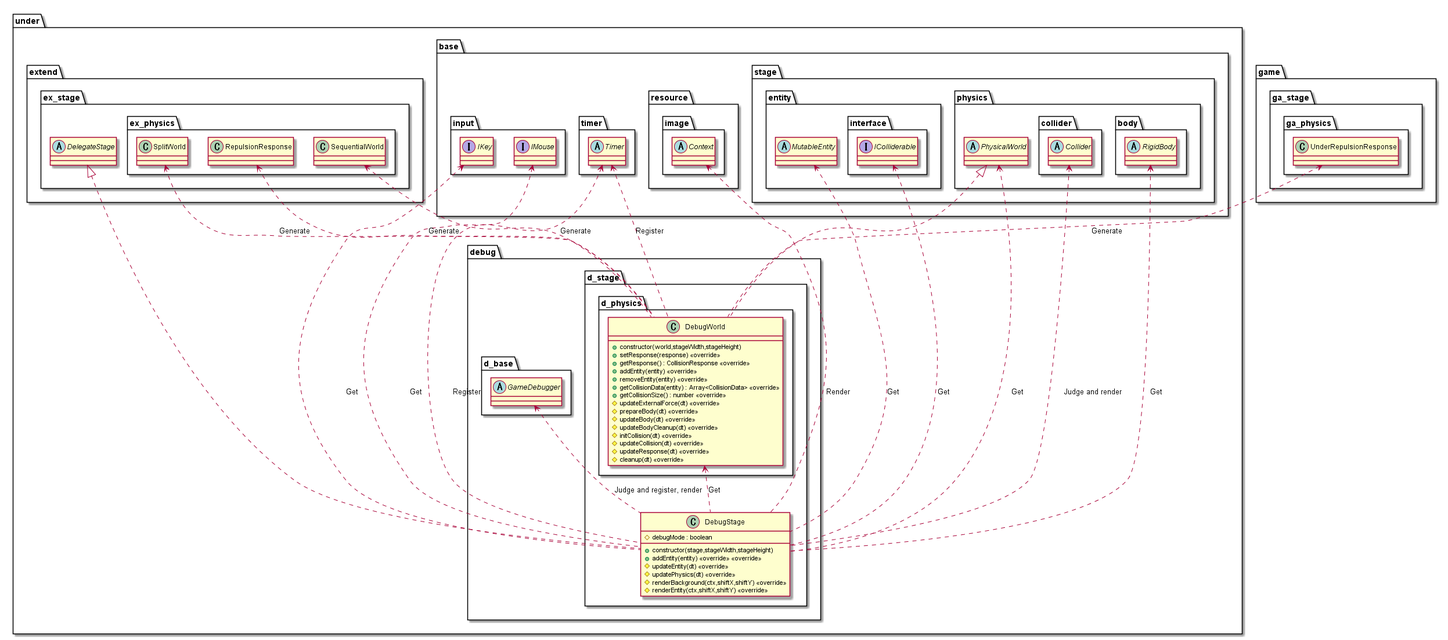
Expine/Under keeps this PlantUML diagram as out/uml/debug/Stage/DebugStage.png. Above is the earlier version.
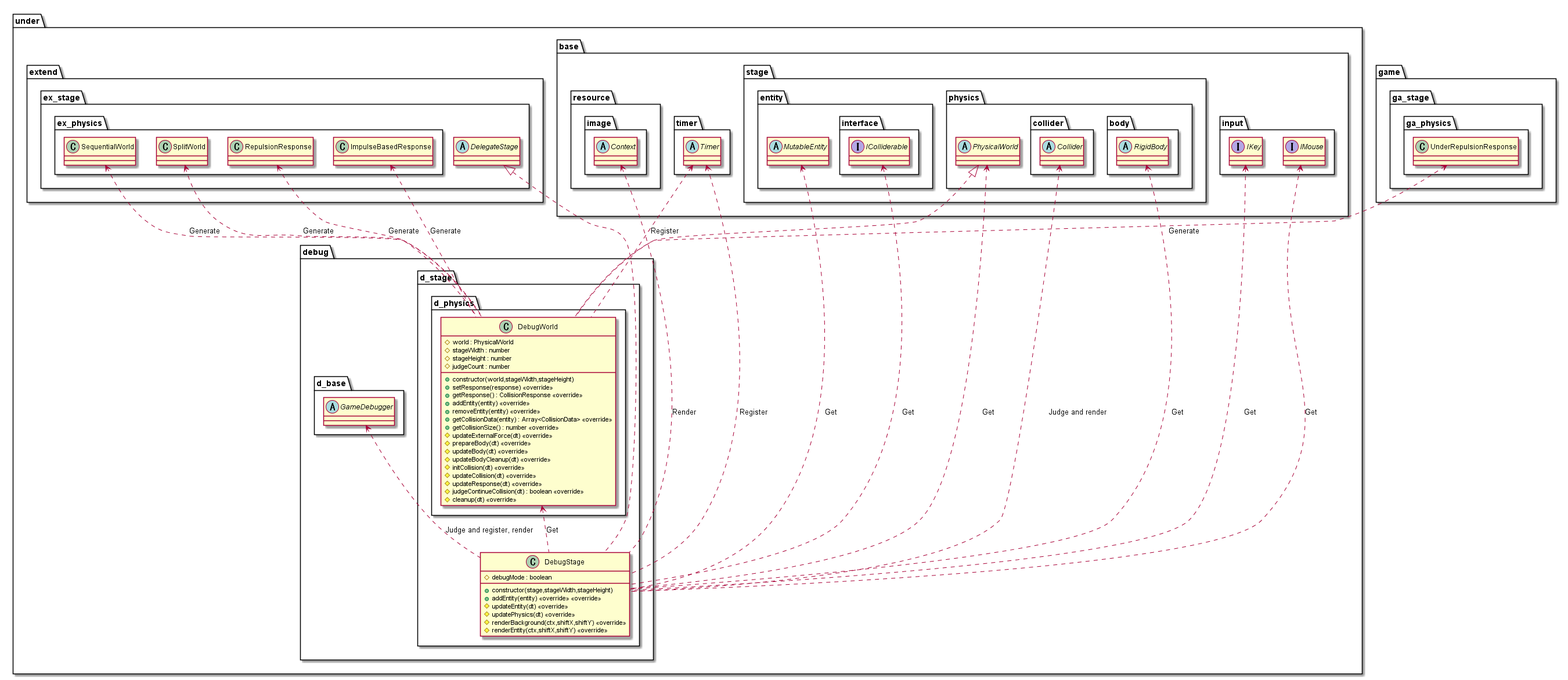
The same file after the commit.

Change to the diagram source:
```diff
@@ -15,6 +15,10 @@
             package d_physics {
                 class DebugWorld {
                     +constructor(world,stageWidth,stageHeight)
+                    #world : PhysicalWorld
+                    #stageWidth : number
+                    #stageHeight : number
+                    #judgeCount : number
                     +setResponse(response) <<override>>
                     +getResponse() : CollisionResponse <<override>>
                     +addEntity(entity) <<override>>
@@ -28,6 +32,7 @@
                     #initCollision(dt) <<override>>
                     #updateCollision(dt) <<override>>
                     #updateResponse(dt) <<override>>
+                    #judgeContinueCollision(dt) : boolean <<override>>
                     #cleanup(dt) <<override>>
                 }
             }
@@ -79,6 +84,7 @@
                 class SequentialWorld
                 class SplitWorld
                 class RepulsionResponse
+                class ImpulseBasedResponse
             }
         }
     }
@@ -107,6 +113,7 @@
 Timer <.. DebugWorld : Register
 UnderRepulsionResponse <.. DebugWorld : Generate
 RepulsionResponse <.. DebugWorld : Generate
+ImpulseBasedResponse <.. DebugWorld : Generate
 SequentialWorld <.. DebugWorld : Generate
 SplitWorld <.. DebugWorld : Generate
 
```
